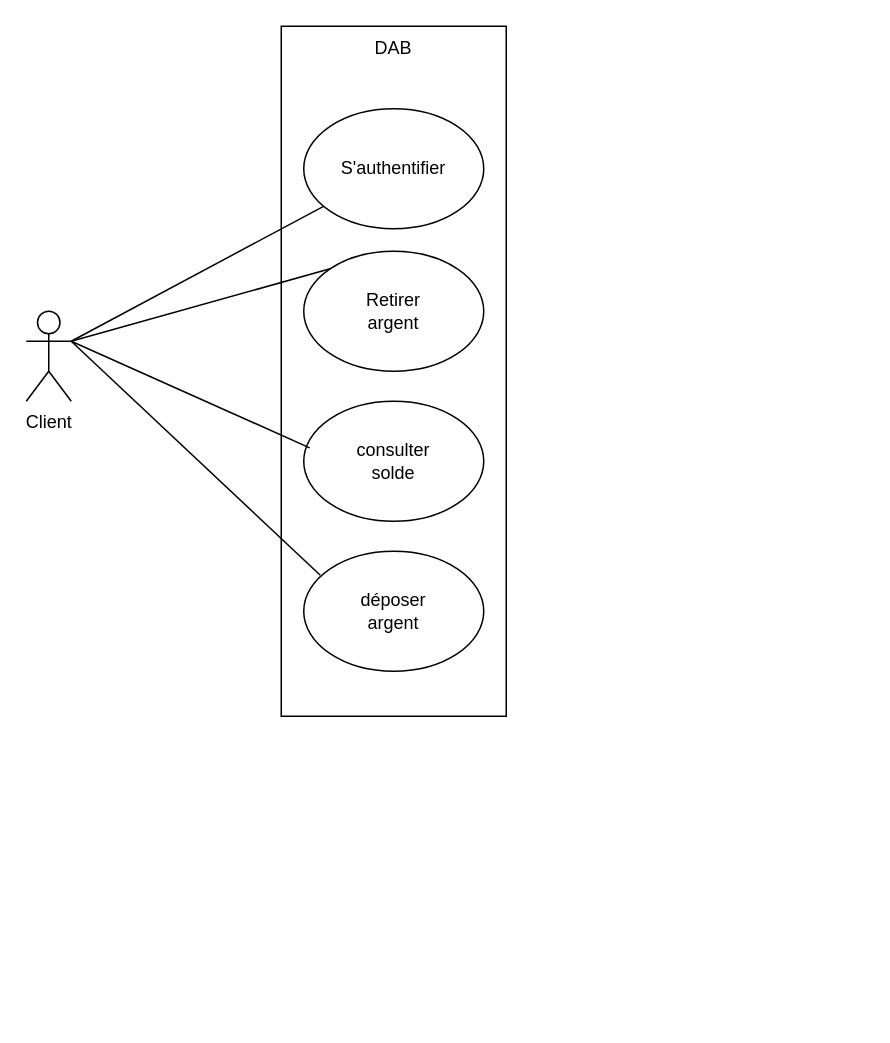
Above: R3.03_Analyse/TD1exo1.drawio in LotiGIT/iut2 (draw.io), before the change. Source tidied: cells renumbered, new cells numbered last; positions are measured from the earlier drawing's top-left corner, leaving out a move shared by most shapes. Both pictures are drawn from the tidied source at 150%, with x=0, y=0 at pixel (26, 26).
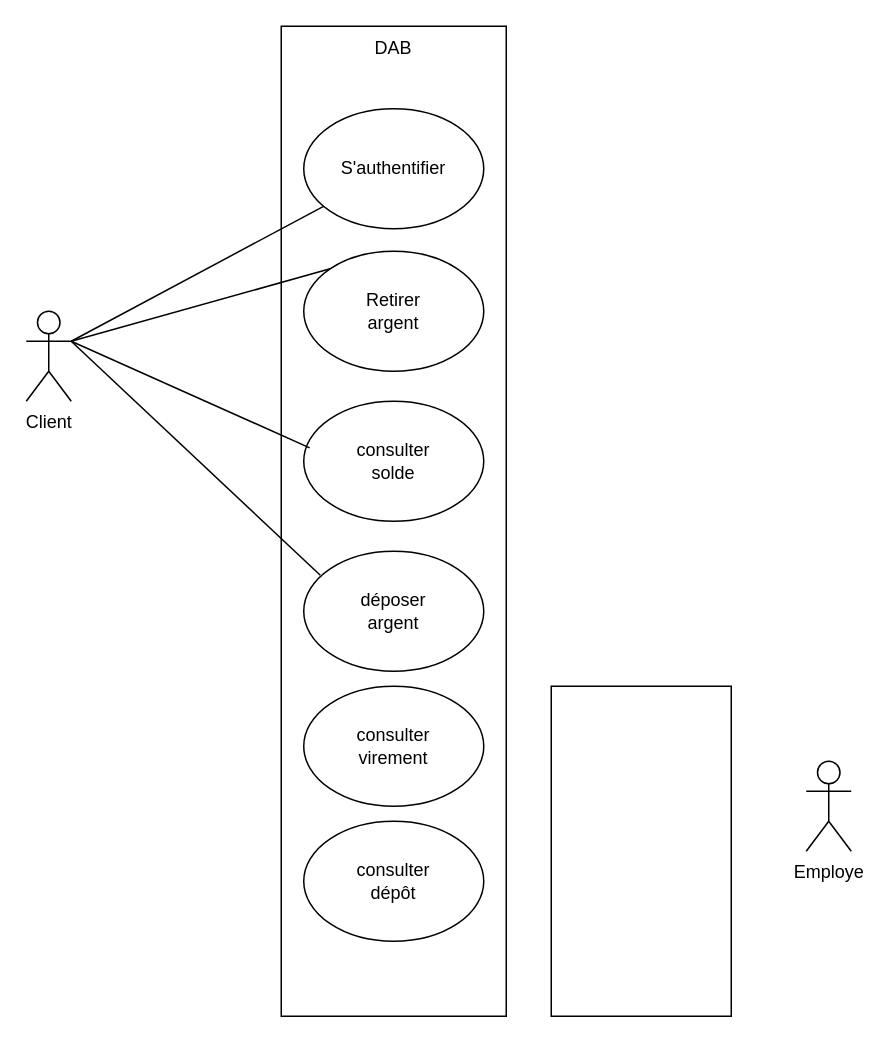
The same page after the edit.

Diff of the diagram source:
```diff
@@
     <mxCell id="2" style="rounded=0;whiteSpace=wrap;html=1;" parent="1" vertex="1">
-      <mxGeometry x="170" width="150" height="460" as="geometry" />
+      <mxGeometry x="170" width="150" height="660" as="geometry" />
     </mxCell>
@@
+    <mxCell id="17" value="Employe" style="shape=umlActor;verticalLabelPosition=bottom;verticalAlign=top;html=1;" parent="1" vertex="1">
+      <mxGeometry x="520" y="490" width="30" height="60" as="geometry" />
+    </mxCell>
+    <mxCell id="18" style="ellipse;whiteSpace=wrap;html=1;" parent="1" vertex="1">
+      <mxGeometry x="185" y="440" width="120" height="80" as="geometry" />
+    </mxCell>
+    <mxCell id="19" value="consulter virement" style="text;html=1;align=center;verticalAlign=middle;whiteSpace=wrap;rounded=0;" parent="1" vertex="1">
+      <mxGeometry x="215" y="465" width="60" height="30" as="geometry" />
+    </mxCell>
+    <mxCell id="20" style="ellipse;whiteSpace=wrap;html=1;" parent="1" vertex="1">
+      <mxGeometry x="185" y="530" width="120" height="80" as="geometry" />
+    </mxCell>
+    <mxCell id="21" value="consulter dépôt" style="text;html=1;align=center;verticalAlign=middle;whiteSpace=wrap;rounded=0;" parent="1" vertex="1">
+      <mxGeometry x="215" y="555" width="60" height="30" as="geometry" />
+    </mxCell>
+    <mxCell id="22" style="rounded=0;whiteSpace=wrap;html=1;" parent="1" vertex="1">
+      <mxGeometry x="350" y="440" width="120" height="220" as="geometry" />
+    </mxCell>
```
